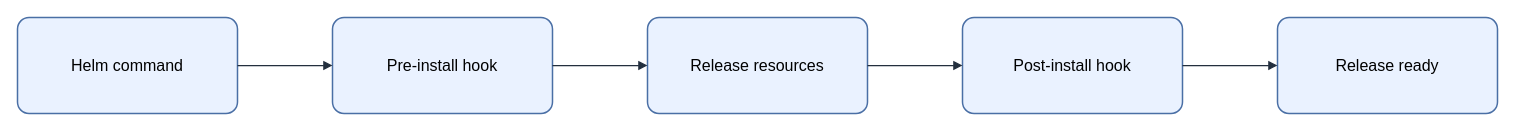
The draw.io diagram assets/img/kubernetes/helm-hook-lifecycle.drawio in KKamJi98/kkamji98.github.io, before the edit. Source tidied: cells renumbered, new cells numbered last; positions are measured from the earlier drawing's top-left corner, leaving out a move shared by most shapes. Both pictures are drawn from the tidied source at 100%, with x=0, y=0 at pixel (17, 17).
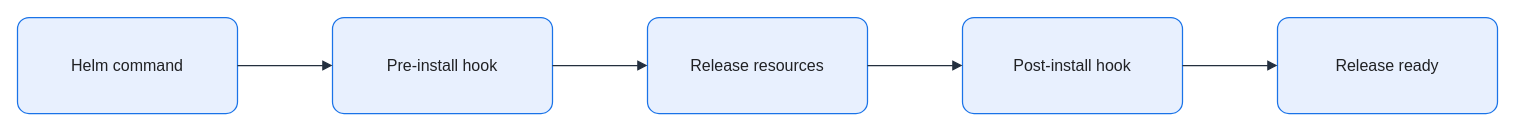
Above is the later version.

Diff of the diagram source:
```diff
@@
 <mxGraphModel background="#FFFFFF">
   <root>
     <mxCell id="0" />
     <mxCell id="1" parent="0" />
-    <mxCell id="2" value="Helm command" style="rounded=1;arcSize=12;whiteSpace=wrap;html=0;fillColor=#EAF2FF;strokeColor=#4A6FA5;strokeWidth=1.5;fontColor=#000000;fontSize=16;align=center;verticalAlign=middle;spacing=8;shadow=0;" parent="1" vertex="1">
+    <mxCell id="2" value="Helm command" style="rounded=1;arcSize=12;whiteSpace=wrap;html=0;fillColor=#E8F0FE;strokeColor=#1A73E8;strokeWidth=1.25;fontColor=#202124;fontSize=16;align=center;verticalAlign=middle;spacing=8;shadow=0;" parent="1" vertex="1">
       <mxGeometry width="220" height="96" as="geometry" />
     </mxCell>
-    <mxCell id="3" value="Pre-install hook" style="rounded=1;arcSize=12;whiteSpace=wrap;html=0;fillColor=#EAF2FF;strokeColor=#4A6FA5;strokeWidth=1.5;fontColor=#000000;fontSize=16;align=center;verticalAlign=middle;spacing=8;shadow=0;" parent="1" vertex="1">
+    <mxCell id="3" value="Pre-install hook" style="rounded=1;arcSize=12;whiteSpace=wrap;html=0;fillColor=#E8F0FE;strokeColor=#1A73E8;strokeWidth=1.25;fontColor=#202124;fontSize=16;align=center;verticalAlign=middle;spacing=8;shadow=0;" parent="1" vertex="1">
       <mxGeometry x="315" width="220" height="96" as="geometry" />
     </mxCell>
-    <mxCell id="4" value="Release resources" style="rounded=1;arcSize=12;whiteSpace=wrap;html=0;fillColor=#EAF2FF;strokeColor=#4A6FA5;strokeWidth=1.5;fontColor=#000000;fontSize=16;align=center;verticalAlign=middle;spacing=8;shadow=0;" parent="1" vertex="1">
+    <mxCell id="4" value="Release resources" style="rounded=1;arcSize=12;whiteSpace=wrap;html=0;fillColor=#E8F0FE;strokeColor=#1A73E8;strokeWidth=1.25;fontColor=#202124;fontSize=16;align=center;verticalAlign=middle;spacing=8;shadow=0;" parent="1" vertex="1">
       <mxGeometry x="630" width="220" height="96" as="geometry" />
     </mxCell>
-    <mxCell id="5" value="Post-install hook" style="rounded=1;arcSize=12;whiteSpace=wrap;html=0;fillColor=#EAF2FF;strokeColor=#4A6FA5;strokeWidth=1.5;fontColor=#000000;fontSize=16;align=center;verticalAlign=middle;spacing=8;shadow=0;" parent="1" vertex="1">
+    <mxCell id="5" value="Post-install hook" style="rounded=1;arcSize=12;whiteSpace=wrap;html=0;fillColor=#E8F0FE;strokeColor=#1A73E8;strokeWidth=1.25;fontColor=#202124;fontSize=16;align=center;verticalAlign=middle;spacing=8;shadow=0;" parent="1" vertex="1">
       <mxGeometry x="945" width="220" height="96" as="geometry" />
     </mxCell>
-    <mxCell id="6" value="Release ready" style="rounded=1;arcSize=12;whiteSpace=wrap;html=0;fillColor=#EAF2FF;strokeColor=#4A6FA5;strokeWidth=1.5;fontColor=#000000;fontSize=16;align=center;verticalAlign=middle;spacing=8;shadow=0;" parent="1" vertex="1">
+    <mxCell id="6" value="Release ready" style="rounded=1;arcSize=12;whiteSpace=wrap;html=0;fillColor=#E8F0FE;strokeColor=#1A73E8;strokeWidth=1.25;fontColor=#202124;fontSize=16;align=center;verticalAlign=middle;spacing=8;shadow=0;" parent="1" vertex="1">
       <mxGeometry x="1260" width="220" height="96" as="geometry" />
     </mxCell>
-    <mxCell id="7" style="edgeStyle=orthogonalEdgeStyle;rounded=0;jettySize=auto;html=0;endArrow=block;endFill=1;strokeColor=#232F3E;strokeWidth=1.25;fontColor=#000000;labelBackgroundColor=none;exitX=1;exitY=0.5;exitDx=0;exitDy=0;entryX=0;entryY=0.5;entryDx=0;entryDy=0;" parent="1" edge="1" source="2" target="3">
+    <mxCell id="7" style="edgeStyle=orthogonalEdgeStyle;rounded=0;jettySize=auto;html=0;endArrow=block;endFill=1;strokeColor=#232F3E;strokeWidth=1.25;fontColor=#202124;labelBackgroundColor=none;exitX=1;exitY=0.5;exitDx=0;exitDy=0;entryX=0;entryY=0.5;entryDx=0;entryDy=0;endSize=7;" parent="1" edge="1" source="2" target="3">
       <mxGeometry relative="1" as="geometry" />
     </mxCell>
-    <mxCell id="8" style="edgeStyle=orthogonalEdgeStyle;rounded=0;jettySize=auto;html=0;endArrow=block;endFill=1;strokeColor=#232F3E;strokeWidth=1.25;fontColor=#000000;labelBackgroundColor=none;exitX=1;exitY=0.5;exitDx=0;exitDy=0;entryX=0;entryY=0.5;entryDx=0;entryDy=0;" parent="1" edge="1" source="3" target="4">
+    <mxCell id="8" style="edgeStyle=orthogonalEdgeStyle;rounded=0;jettySize=auto;html=0;endArrow=block;endFill=1;strokeColor=#232F3E;strokeWidth=1.25;fontColor=#202124;labelBackgroundColor=none;exitX=1;exitY=0.5;exitDx=0;exitDy=0;entryX=0;entryY=0.5;entryDx=0;entryDy=0;endSize=7;" parent="1" edge="1" source="3" target="4">
       <mxGeometry relative="1" as="geometry" />
     </mxCell>
-    <mxCell id="9" style="edgeStyle=orthogonalEdgeStyle;rounded=0;jettySize=auto;html=0;endArrow=block;endFill=1;strokeColor=#232F3E;strokeWidth=1.25;fontColor=#000000;labelBackgroundColor=none;exitX=1;exitY=0.5;exitDx=0;exitDy=0;entryX=0;entryY=0.5;entryDx=0;entryDy=0;" parent="1" edge="1" source="4" target="5">
+    <mxCell id="9" style="edgeStyle=orthogonalEdgeStyle;rounded=0;jettySize=auto;html=0;endArrow=block;endFill=1;strokeColor=#232F3E;strokeWidth=1.25;fontColor=#202124;labelBackgroundColor=none;exitX=1;exitY=0.5;exitDx=0;exitDy=0;entryX=0;entryY=0.5;entryDx=0;entryDy=0;endSize=7;" parent="1" edge="1" source="4" target="5">
       <mxGeometry relative="1" as="geometry" />
     </mxCell>
-    <mxCell id="10" style="edgeStyle=orthogonalEdgeStyle;rounded=0;jettySize=auto;html=0;endArrow=block;endFill=1;strokeColor=#232F3E;strokeWidth=1.25;fontColor=#000000;labelBackgroundColor=none;exitX=1;exitY=0.5;exitDx=0;exitDy=0;entryX=0;entryY=0.5;entryDx=0;entryDy=0;" parent="1" edge="1" source="5" target="6">
+    <mxCell id="10" style="edgeStyle=orthogonalEdgeStyle;rounded=0;jettySize=auto;html=0;endArrow=block;endFill=1;strokeColor=#232F3E;strokeWidth=1.25;fontColor=#202124;labelBackgroundColor=none;exitX=1;exitY=0.5;exitDx=0;exitDy=0;entryX=0;entryY=0.5;entryDx=0;entryDy=0;endSize=7;" parent="1" edge="1" source="5" target="6">
       <mxGeometry relative="1" as="geometry" />
     </mxCell>
   </root>
 </mxGraphModel>
```
